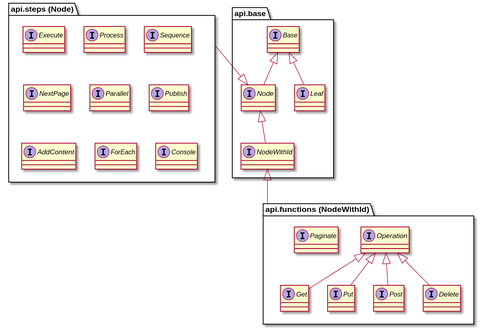
descoped/data-collector-documentation keeps this PlantUML diagram as docs/diagrams/dsl-diagram.svg. Above is the earlier version.
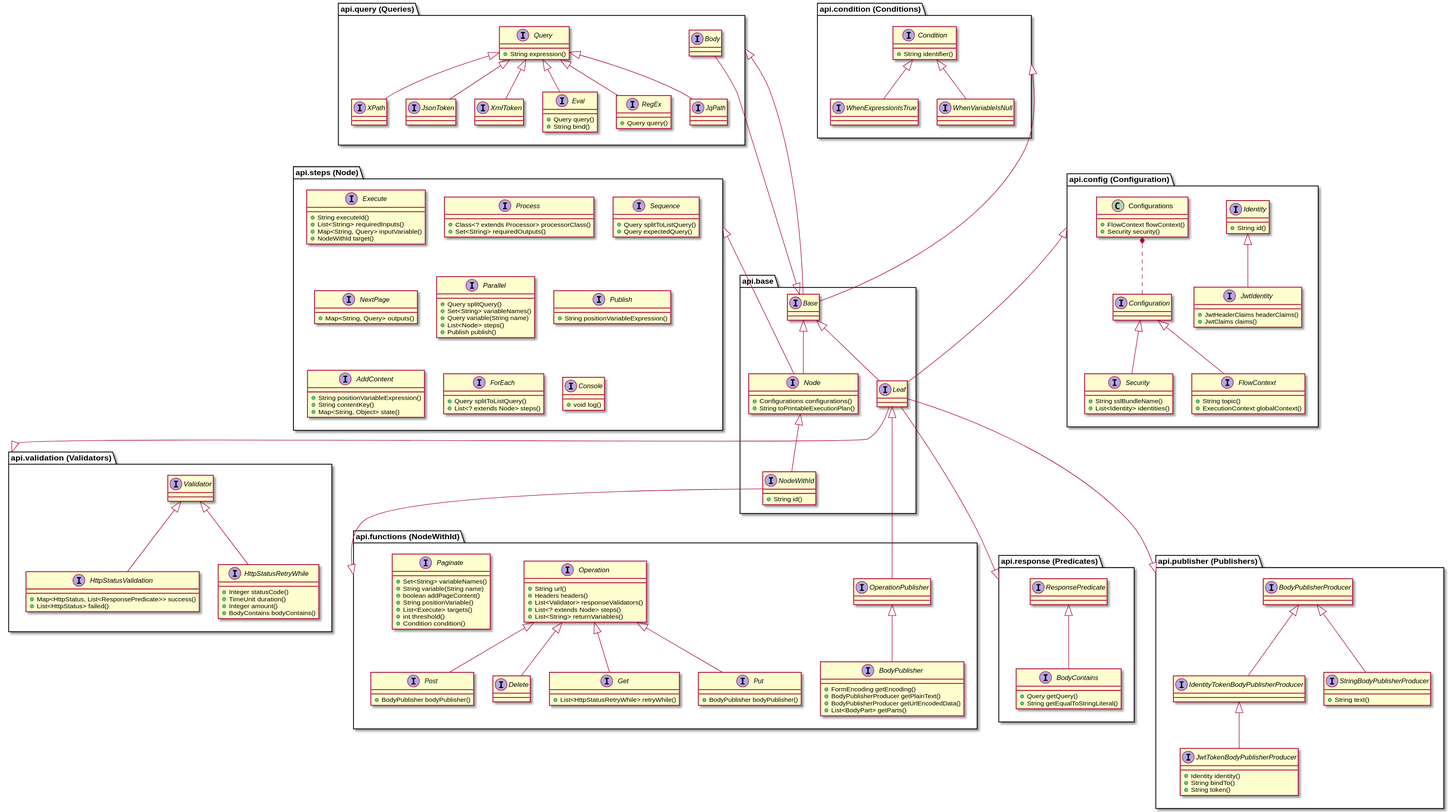
The same file after the commit.

Commit message:
Domain model class diagram

The edit, as a diff of the source:
```diff
@@ -3,8 +3,13 @@
 package api.base {
     interface Base
     interface Leaf
-    interface Node
-    interface NodeWithId
+    interface Node {
+        +Configurations configurations()
+        +String toPrintableExecutionPlan()
+    }
+    interface NodeWithId {
+        +String id()
+    }
 
     Base <|-- Leaf
     Base <|-- Node
@@ -12,27 +17,185 @@
 }
 
 package "api.functions (NodeWithId)" as functions {
-    interface Operation
-    interface Get extends Operation
-    interface Put extends Operation
-    interface Post extends Operation
+    interface OperationPublisher
+    interface BodyPublisher extends OperationPublisher {
+        +FormEncoding getEncoding()
+        +BodyPublisherProducer getPlainText()
+        +BodyPublisherProducer getUrlEncodedData()
+        +List<BodyPart> getParts()
+    }
+    interface Operation {
+        +String url()
+        +Headers headers()
+        +List<Validator> responseValidators()
+        +List<? extends Node> steps()
+        +List<String> returnVariables()
+    }
+    interface Get extends Operation {
+        +List<HttpStatusRetryWhile> retryWhile()
+    }
+    interface Put extends Operation {
+        +BodyPublisher bodyPublisher()
+    }
+    interface Post extends Operation {
+        +BodyPublisher bodyPublisher()
+    }
     interface Delete extends Operation
-    interface Paginate
+    interface Paginate {
+        +Set<String> variableNames()
+        +String variable(String name)
+        +boolean addPageContent()
+        +String positionVariable()
+        +List<Execute> targets()
+        +int threshold()
+        +Condition condition()
+    }
+
+    OperationPublisher --|> Leaf
 }
 
 package "api.steps (Node)" as steps {
-    interface Execute
-    interface Process
-    interface Sequence
-    interface NextPage
-    interface Parallel
-    interface Publish
-    interface AddContent
-    interface ForEach
-    interface Console
+    interface Execute {
+        +String executeId()
+        +List<String> requiredInputs()
+        +Map<String, Query> inputVariable()
+        +NodeWithId target()
+    }
+    interface Process {
+        +Class<? extends Processor> processorClass()
+        +Set<String> requiredOutputs()
+    }
+    interface Sequence {
+        +Query splitToListQuery()
+        +Query expectedQuery()
+    }
+    interface NextPage {
+        +Map<String, Query> outputs()
+    }
+    interface Parallel {
+        +Query splitQuery()
+        +Set<String> variableNames()
+        +Query variable(String name)
+        +List<Node> steps()
+        +Publish publish()
+    }
+    interface Publish {
+        +String positionVariableExpression()
+    }
+    interface AddContent {
+        +String positionVariableExpression()
+        +String contentKey()
+        +Map<String, Object> state()
+    }
+    interface ForEach {
+        +Query splitToListQuery()
+        +List<? extends Node> steps()
+    }
+    interface Console {
+        +void log()
+    }
 }
 
-Node <|-up- steps
-NodeWithId <|-- functions
+package "api.config (Configuration)" as config {
+    interface Identity {
+        +String id()
+    }
+    interface JwtIdentity extends Identity {
+        +JwtHeaderClaims headerClaims()
+        +JwtClaims claims()
+    }
+    class Configurations {
+        +FlowContext flowContext()
+        +Security security()
+    }
+    interface Configuration
+    interface FlowContext extends Configuration {
+        +String topic()
+        +ExecutionContext globalContext()
+    }
+    interface Security extends Configuration {
+        +String sslBundleName()
+        +List<Identity> identities()
+    }
+
+    Configurations *.. Configuration
+}
+
+package "api.validation (Validators)" as validation {
+    interface Validator
+    interface HttpStatusValidation extends Validator {
+        +Map<HttpStatus, List<ResponsePredicate>> success()
+        +List<HttpStatus> failed()
+    }
+    interface HttpStatusRetryWhile extends Validator {
+        +Integer statusCode()
+        +TimeUnit duration()
+        +Integer amount()
+        +BodyContains bodyContains()
+    }
+}
+
+package "api.response (Predicates)" as response {
+    interface ResponsePredicate
+    interface BodyContains extends ResponsePredicate {
+        +Query getQuery()
+        +String getEqualToStringLiteral()
+    }
+}
+
+package "api.publisher (Publishers)" as publisher {
+    interface BodyPublisherProducer
+    interface IdentityTokenBodyPublisherProducer extends BodyPublisherProducer
+    interface JwtTokenBodyPublisherProducer extends IdentityTokenBodyPublisherProducer {
+        +Identity identity()
+        +String bindTo()
+        +String token()
+    }
+    interface StringBodyPublisherProducer extends BodyPublisherProducer {
+        +String text()
+    }
+}
+
+package "api.query (Queries)" as query {
+    interface Body
+    interface Query {
+        +String expression()
+    }
+    interface Eval extends Query {
+        +Query query()
+        +String bind()
+    }
+    interface RegEx extends Query {
+        +Query query()
+    }
+    interface JqPath extends Query
+    interface XPath extends Query
+    interface JsonToken extends Query
+    interface XmlToken extends Query
+
+    Body --|> Base
+}
+
+package "api.condition (Conditions)" as condition {
+    interface Condition {
+        +String identifier()
+    }
+    interface WhenVariableIsNull extends Condition {
+    }
+    interface WhenExpressionIsTrue  extends Condition {
+    }
+}
+
+Base -up---|> condition
+Base -up---|> query
+
+Leaf -u--|> config
+Leaf -d-|> validation
+Leaf -d--|> publisher
+Leaf -d--|> response
+
+Node -up--|> steps
+
+NodeWithId -d-|> functions
 
 @enduml
```
